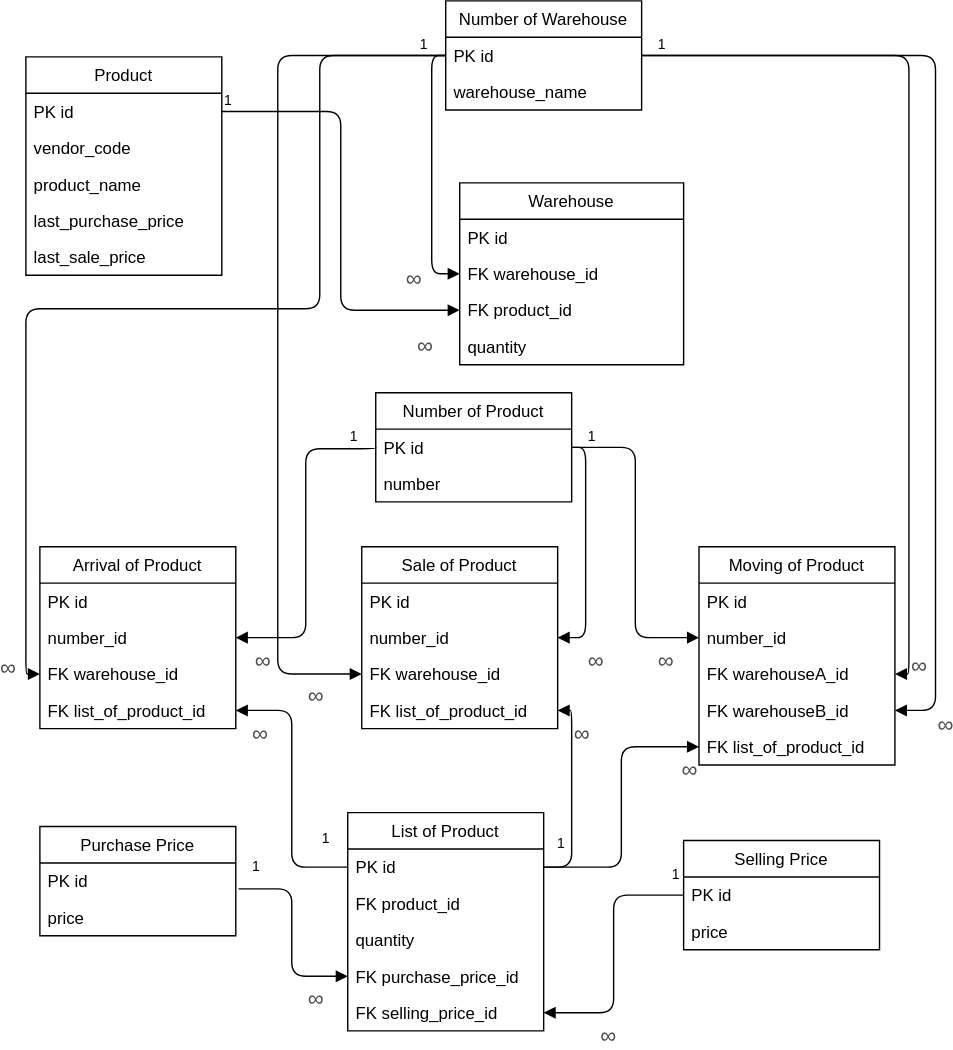
Earlier version of the draw.io export src/main/resources/modelDataBase/svg/Model.svg (dwerd101/MoySklad). Source tidied: cells renumbered, new cells last; positions are measured from the earlier drawing's top-left corner, leaving out a move shared by most shapes.
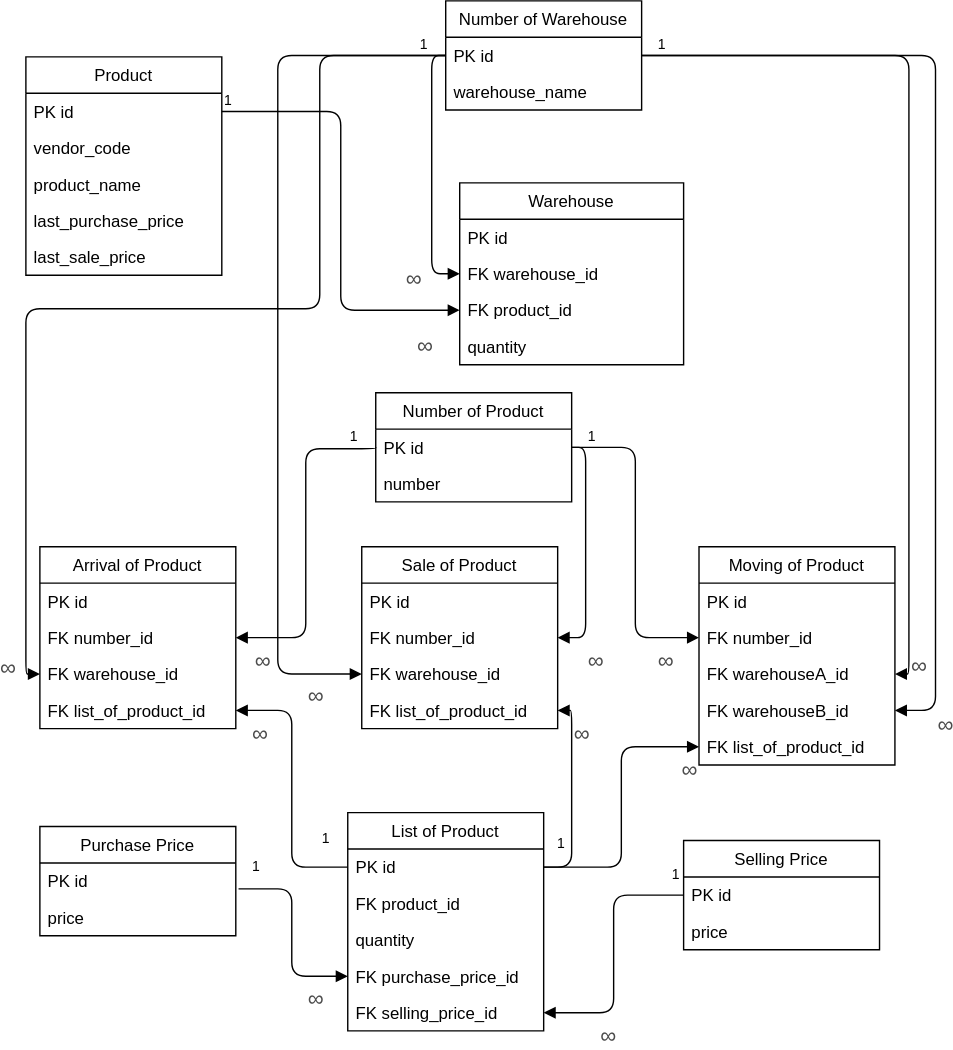
After the change.

The edit, as a diff of the source:
```diff
@@ -41,7 +41,7 @@
     <mxCell id="14" value="PK id" style="text;strokeColor=none;fillColor=none;align=left;verticalAlign=top;spacingLeft=4;spacingRight=4;overflow=hidden;" parent="13" vertex="1">
       <mxGeometry y="26" width="140" height="26" as="geometry" />
     </mxCell>
-    <mxCell id="15" value="number_id" style="text;strokeColor=none;fillColor=none;align=left;verticalAlign=top;spacingLeft=4;spacingRight=4;overflow=hidden;points=[[0,0.5],[1,0.5]];portConstraint=eastwest;" parent="13" vertex="1">
+    <mxCell id="15" value="FK number_id" style="text;strokeColor=none;fillColor=none;align=left;verticalAlign=top;spacingLeft=4;spacingRight=4;overflow=hidden;points=[[0,0.5],[1,0.5]];portConstraint=eastwest;" parent="13" vertex="1">
       <mxGeometry y="52" width="140" height="26" as="geometry" />
     </mxCell>
     <mxCell id="16" value="FK warehouse_id" style="text;strokeColor=none;fillColor=none;align=left;verticalAlign=top;spacingLeft=4;spacingRight=4;overflow=hidden;points=[[0,0.5],[1,0.5]];portConstraint=eastwest;" parent="13" vertex="1">
@@ -110,7 +110,7 @@
     <mxCell id="37" value="PK id" style="text;strokeColor=none;fillColor=none;align=left;verticalAlign=top;spacingLeft=4;spacingRight=4;overflow=hidden;" parent="36" vertex="1">
       <mxGeometry y="26" width="140" height="26" as="geometry" />
     </mxCell>
-    <mxCell id="38" value="number_id" style="text;strokeColor=none;fillColor=none;align=left;verticalAlign=top;spacingLeft=4;spacingRight=4;overflow=hidden;points=[[0,0.5],[1,0.5]];portConstraint=eastwest;" parent="36" vertex="1">
+    <mxCell id="38" value="FK number_id" style="text;strokeColor=none;fillColor=none;align=left;verticalAlign=top;spacingLeft=4;spacingRight=4;overflow=hidden;points=[[0,0.5],[1,0.5]];portConstraint=eastwest;" parent="36" vertex="1">
       <mxGeometry y="52" width="140" height="26" as="geometry" />
     </mxCell>
     <mxCell id="39" value="FK warehouse_id" style="text;strokeColor=none;fillColor=none;align=left;verticalAlign=top;spacingLeft=4;spacingRight=4;overflow=hidden;points=[[0,0.5],[1,0.5]];portConstraint=eastwest;" parent="36" vertex="1">
@@ -125,7 +125,7 @@
     <mxCell id="42" value="PK id" style="text;strokeColor=none;fillColor=none;align=left;verticalAlign=top;spacingLeft=4;spacingRight=4;overflow=hidden;" parent="41" vertex="1">
       <mxGeometry y="26" width="140" height="26" as="geometry" />
     </mxCell>
-    <mxCell id="43" value="number_id" style="text;strokeColor=none;fillColor=none;align=left;verticalAlign=top;spacingLeft=4;spacingRight=4;overflow=hidden;points=[[0,0.5],[1,0.5]];portConstraint=eastwest;" parent="41" vertex="1">
+    <mxCell id="43" value="FK number_id" style="text;strokeColor=none;fillColor=none;align=left;verticalAlign=top;spacingLeft=4;spacingRight=4;overflow=hidden;points=[[0,0.5],[1,0.5]];portConstraint=eastwest;" parent="41" vertex="1">
       <mxGeometry y="52" width="140" height="26" as="geometry" />
     </mxCell>
     <mxCell id="44" value="FK warehouseA_id" style="text;strokeColor=none;fillColor=none;align=left;verticalAlign=top;spacingLeft=4;spacingRight=4;overflow=hidden;points=[[0,0.5],[1,0.5]];portConstraint=eastwest;" parent="41" vertex="1">
```
